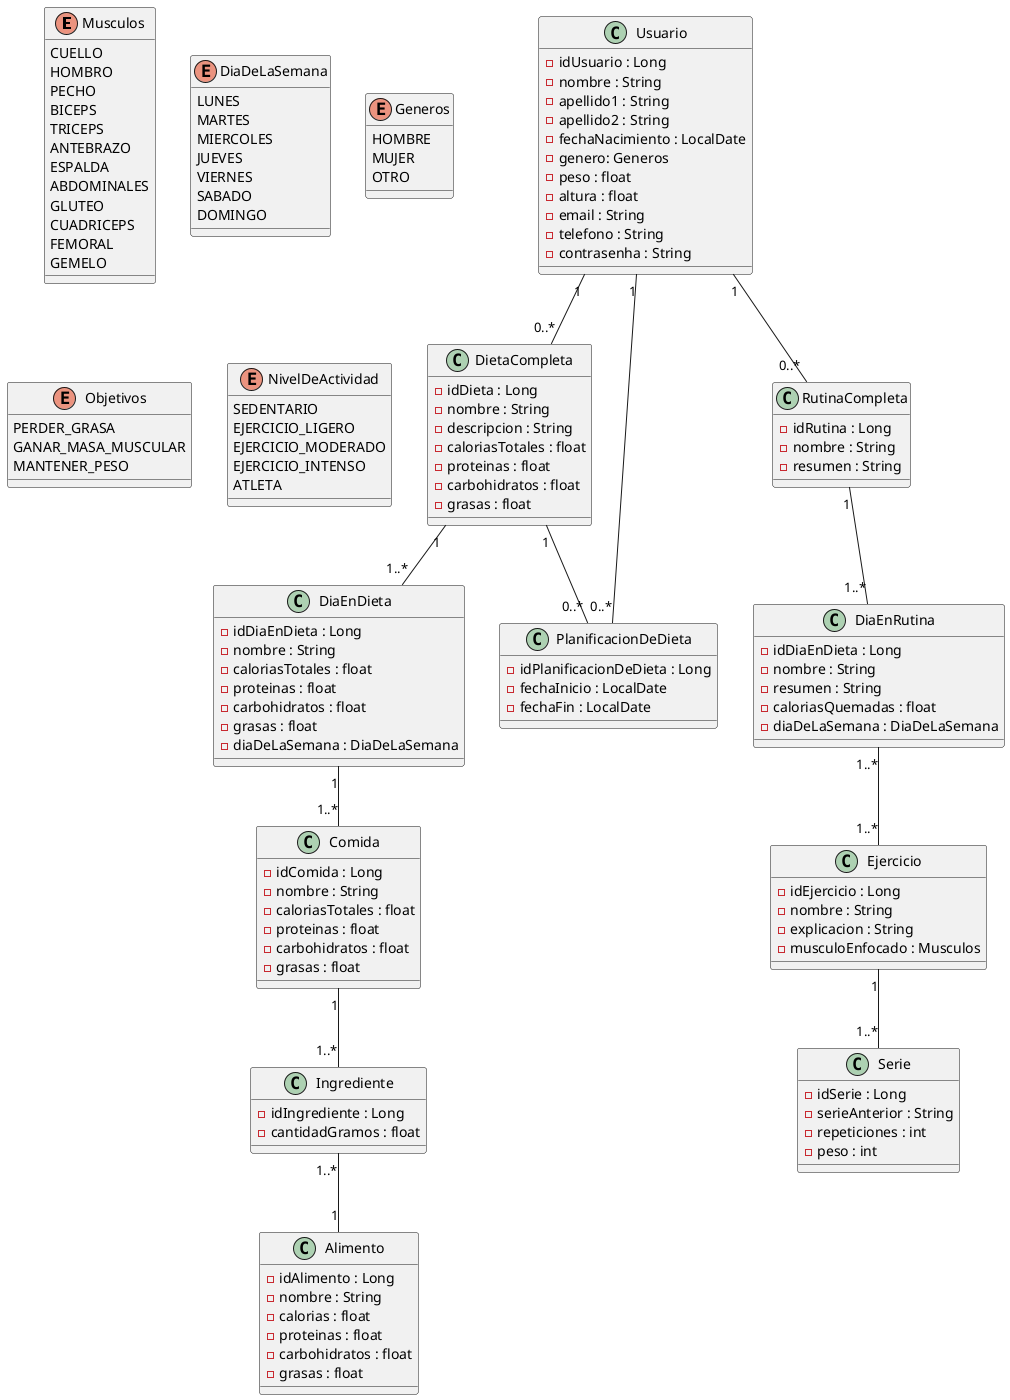
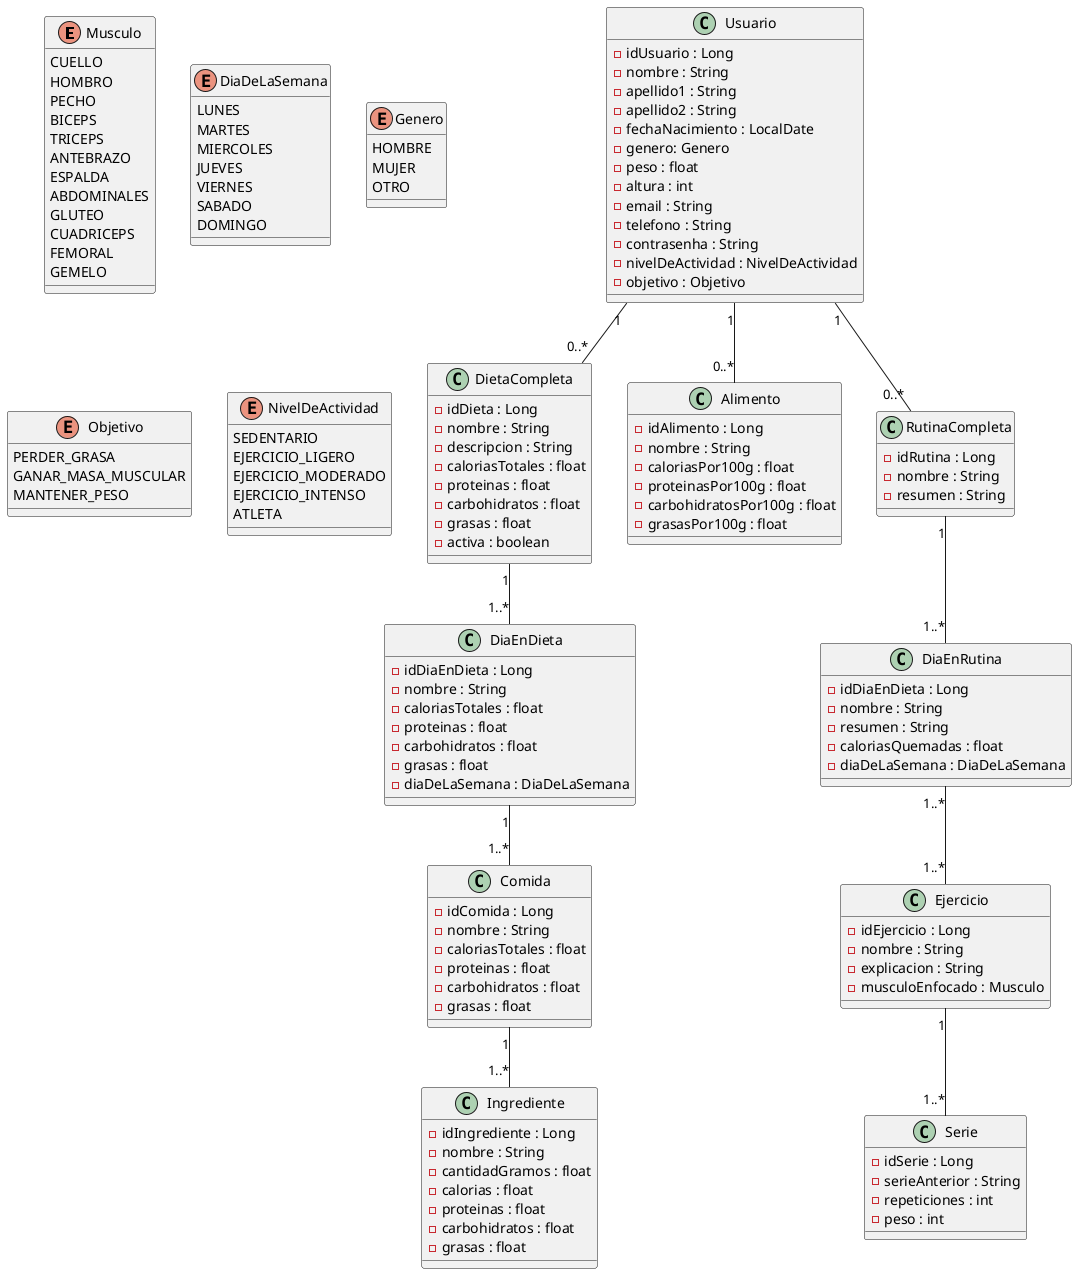
@startuml

' ========================
' ====== ENUMERADOS ======
' ========================

- enum Musculos  {
+ enum Musculo  {
CUELLO
HOMBRO
PECHO
BICEPS
TRICEPS
ANTEBRAZO
ESPALDA
ABDOMINALES
GLUTEO
CUADRICEPS
FEMORAL
GEMELO
}

enum DiaDeLaSemana  {
LUNES
MARTES
MIERCOLES
JUEVES
VIERNES
SABADO
DOMINGO
}

- enum Generos {
+ enum Genero {
HOMBRE
MUJER
OTRO
}

- enum Objetivos {
+ enum Objetivo {
    PERDER_GRASA
    GANAR_MASA_MUSCULAR
    MANTENER_PESO
}

enum NivelDeActividad {
    SEDENTARIO
    EJERCICIO_LIGERO
    EJERCICIO_MODERADO
    EJERCICIO_INTENSO
    ATLETA
}

' ========================
' ======== CLASES ========
' ========================

class Usuario {
- idUsuario : Long
- nombre : String
- apellido1 : String
- apellido2 : String
- fechaNacimiento : LocalDate
- - genero: Generos
+ - genero: Genero
- peso : float
- - altura : float
+ - altura : int
- email : String
- telefono : String
- contrasenha : String
+ - nivelDeActividad : NivelDeActividad
+ - objetivo : Objetivo
}

class DietaCompleta {
- idDieta : Long
- nombre : String
- descripcion : String
- caloriasTotales : float
- proteinas : float
- carbohidratos : float
- grasas : float
+ - activa : boolean
}

class DiaEnDieta {
- idDiaEnDieta : Long
- nombre : String
- caloriasTotales : float
- proteinas : float
- carbohidratos : float
- grasas : float
- diaDeLaSemana : DiaDeLaSemana
}

- class PlanificacionDeDieta {
- - idPlanificacionDeDieta : Long
- - fechaInicio : LocalDate
- - fechaFin : LocalDate
- }

class Comida {
- idComida : Long
- nombre : String
- caloriasTotales : float
- proteinas : float
- carbohidratos : float
- grasas : float
}

class Ingrediente {
- idIngrediente : Long
+ - nombre : String
- cantidadGramos : float
+ - calorias : float
+ - proteinas : float
+ - carbohidratos : float
+ - grasas : float
}

class Alimento {
- idAlimento : Long
- nombre : String
- - calorias : float
- - proteinas : float
- - carbohidratos : float
- - grasas : float
+ - caloriasPor100g : float
+ - proteinasPor100g : float
+ - carbohidratosPor100g : float
+ - grasasPor100g : float
}

class RutinaCompleta {
- idRutina : Long
- nombre : String
- resumen : String
}

class DiaEnRutina {
- idDiaEnDieta : Long
- nombre : String
- resumen : String
- caloriasQuemadas : float
- diaDeLaSemana : DiaDeLaSemana
}

class Ejercicio {
- idEjercicio : Long
- nombre : String
- explicacion : String
- - musculoEnfocado : Musculos
+ - musculoEnfocado : Musculo
}

class Serie {
- idSerie : Long
- serieAnterior : String
- repeticiones : int
- peso : int
}

' ========================
' ====== RELACIONES ======
' ========================

Usuario "1"  -- "0..*" DietaCompleta

- Usuario "1" -- "0..*" PlanificacionDeDieta
- 
DietaCompleta "1" -- "1..*" DiaEnDieta
- 
- DietaCompleta "1" -- "0..*" PlanificacionDeDieta

Usuario "1"  -- "0..*" RutinaCompleta

DiaEnDieta "1"  -- "1..*" Comida

Comida "1"  -- "1..*" Ingrediente

- Ingrediente "1..*" -- "1" Alimento
+ Usuario "1" -- "0..*" Alimento

RutinaCompleta "1"  -- "1..*" DiaEnRutina

DiaEnRutina "1..*" -- "1..*" Ejercicio

Ejercicio "1"  -- "1..*" Serie

@enduml